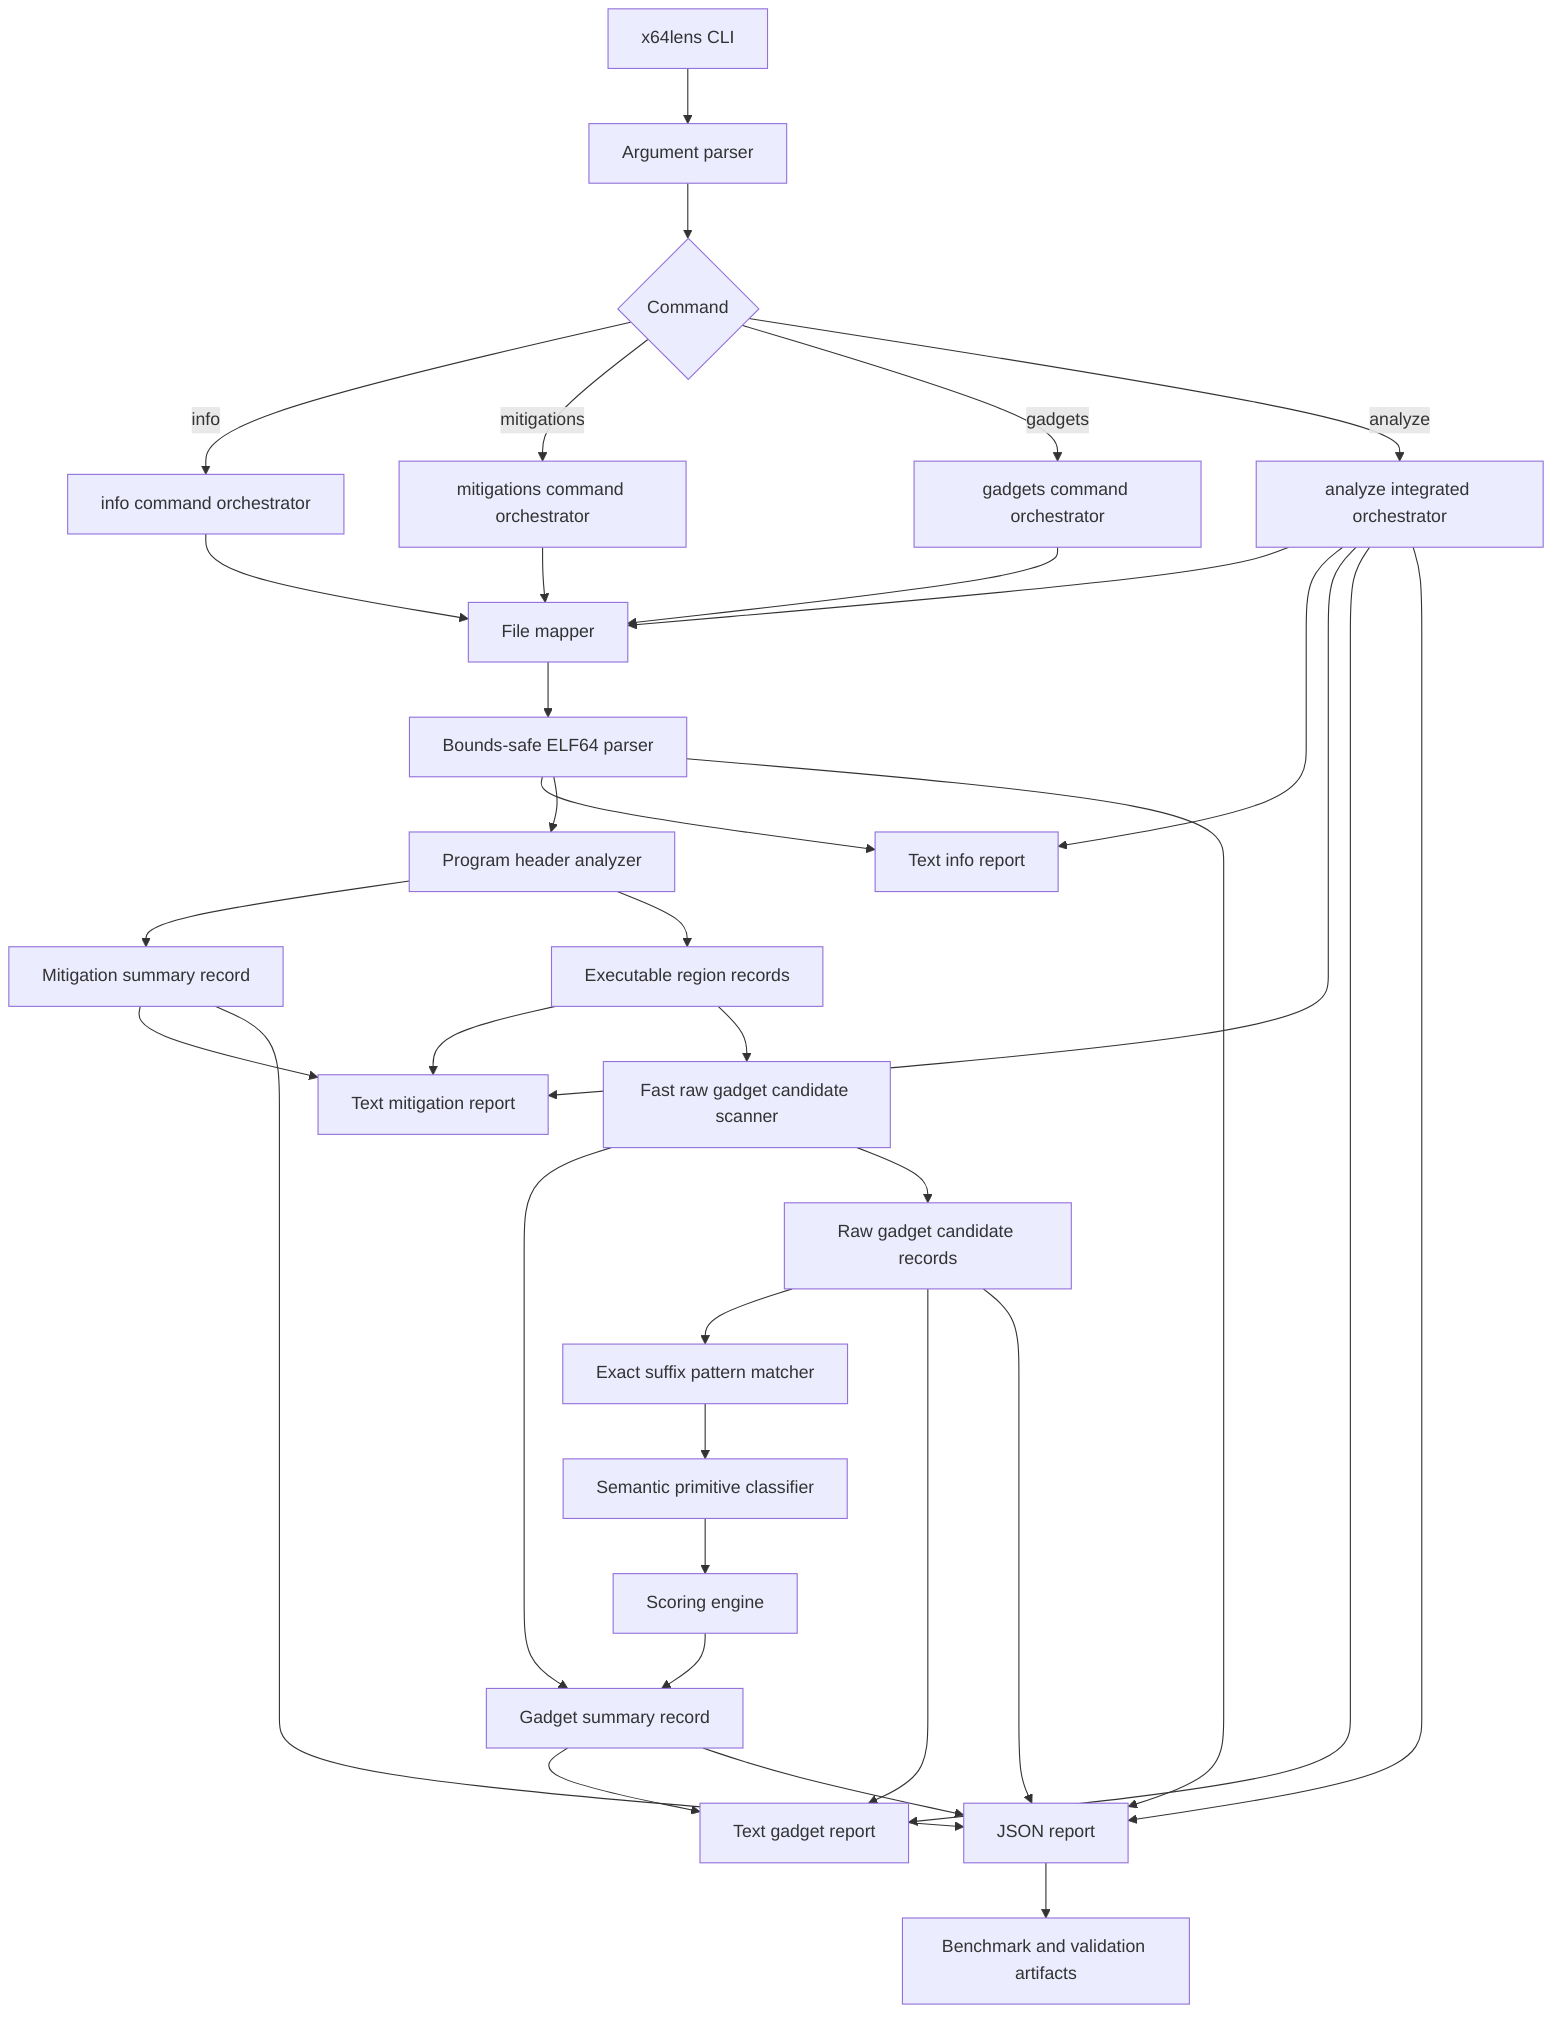
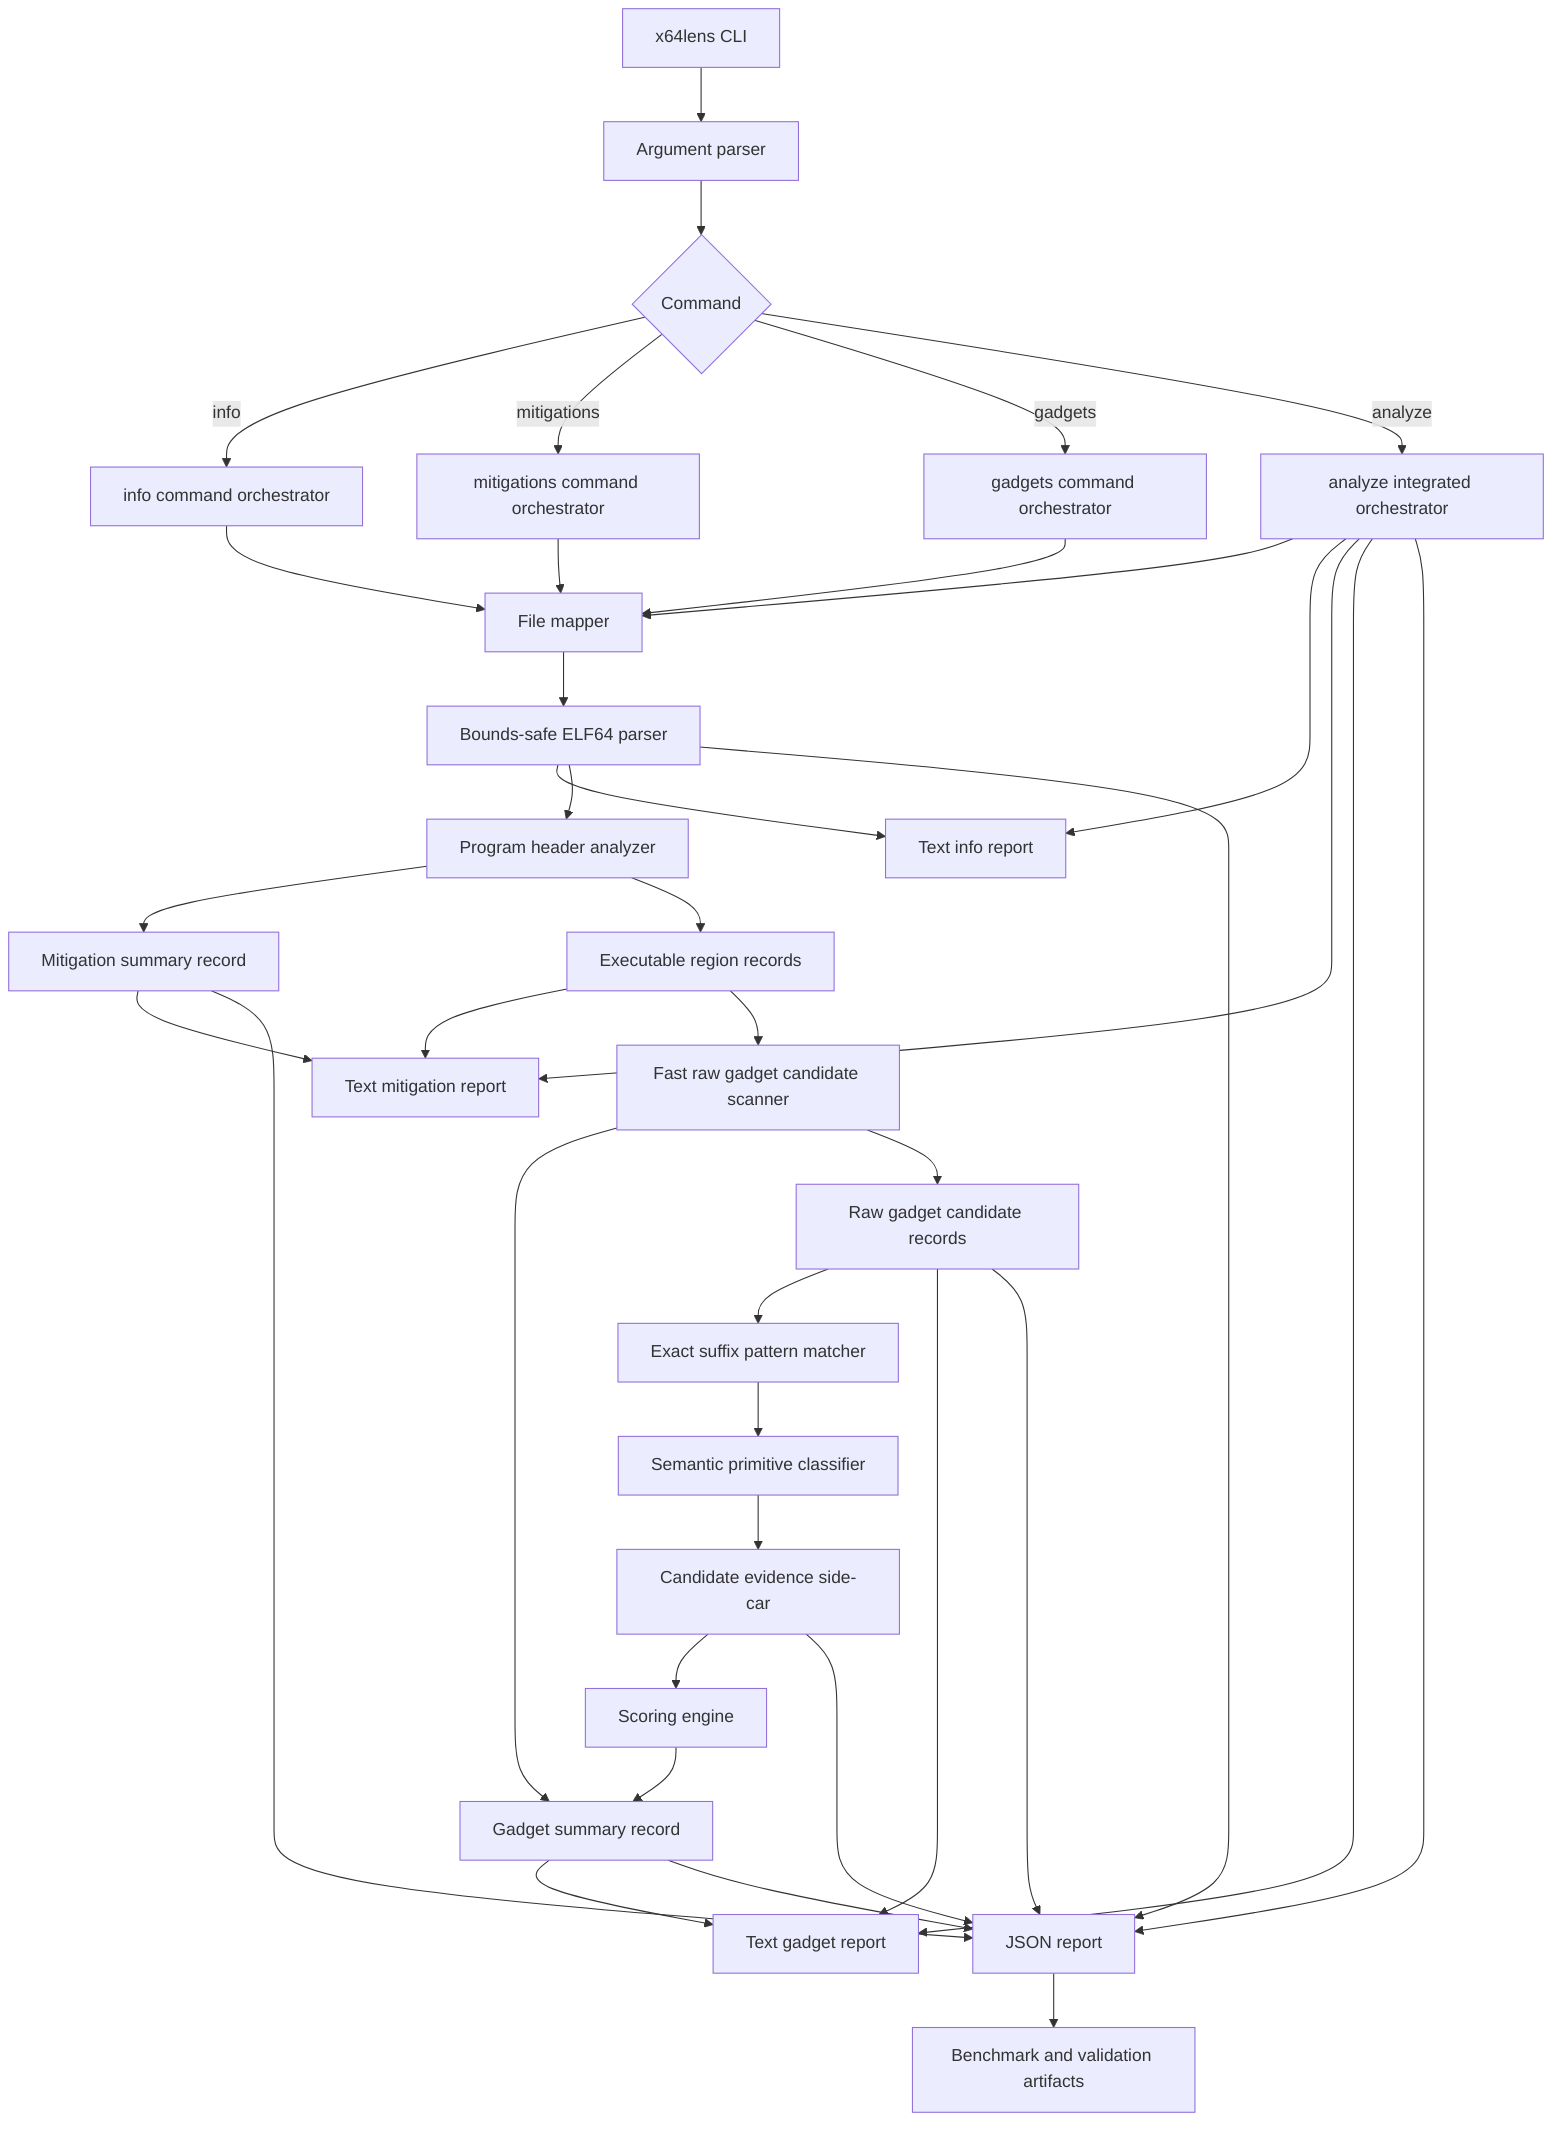
flowchart TD
    A[x64lens CLI] --> B[Argument parser]
    B --> C{Command}

    C -->|info| D[info command orchestrator]
    C -->|mitigations| M[mitigations command orchestrator]
    C -->|gadgets| G[gadgets command orchestrator]
    C -->|analyze| AN[analyze integrated orchestrator]

    D --> FM[File mapper]
    M --> FM
    G --> FM
    AN --> FM
    FM --> ELF[Bounds-safe ELF64 parser]

    ELF --> IR[Text info report]
    ELF --> PH[Program header analyzer]
    PH --> MR[Mitigation summary record]
    PH --> ER[Executable region records]
    MR --> MTR[Text mitigation report]
    ER --> MTR

    ER --> SC[Fast raw gadget candidate scanner]
    SC --> GS[Gadget summary record]
    SC --> GR[Raw gadget candidate records]
    GR --> PT[Exact suffix pattern matcher]
    PT --> CL[Semantic primitive classifier]
-     CL --> SCORE[Scoring engine]
+     CL --> EV[Candidate evidence side-car]
+     EV --> SCORE[Scoring engine]
    SCORE --> GS

    GS --> GTR[Text gadget report]
    GR --> GTR
    GS --> JSON[JSON report]
    GR --> JSON
+     EV --> JSON
    MR --> JSON
    ELF --> JSON

    AN --> IR
    AN --> MTR
    AN --> GTR
    AN --> JSON

    JSON --> BENCH[Benchmark and validation artifacts]
